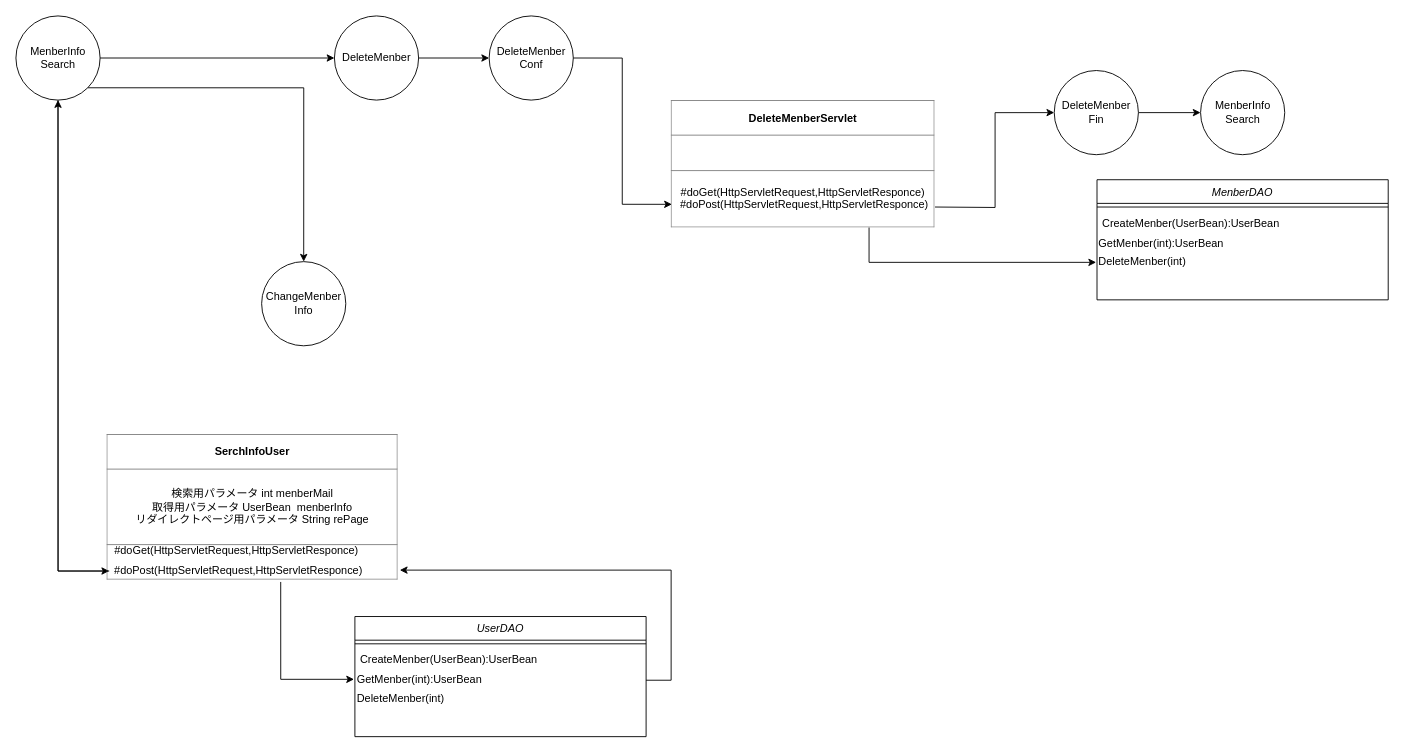
Earlier version of the draw.io diagram page "MenberInfoSearch" (4 of 4) of path/内部設計/クラス図.drawio (2022java42-student004/Library). Source tidied: cells renumbered, new cells numbered last; positions are measured from the earlier drawing's top-left corner, leaving out a move shared by most shapes. Both pictures are drawn from the tidied source at 91%, with x=0, y=0 at pixel (15, 15).
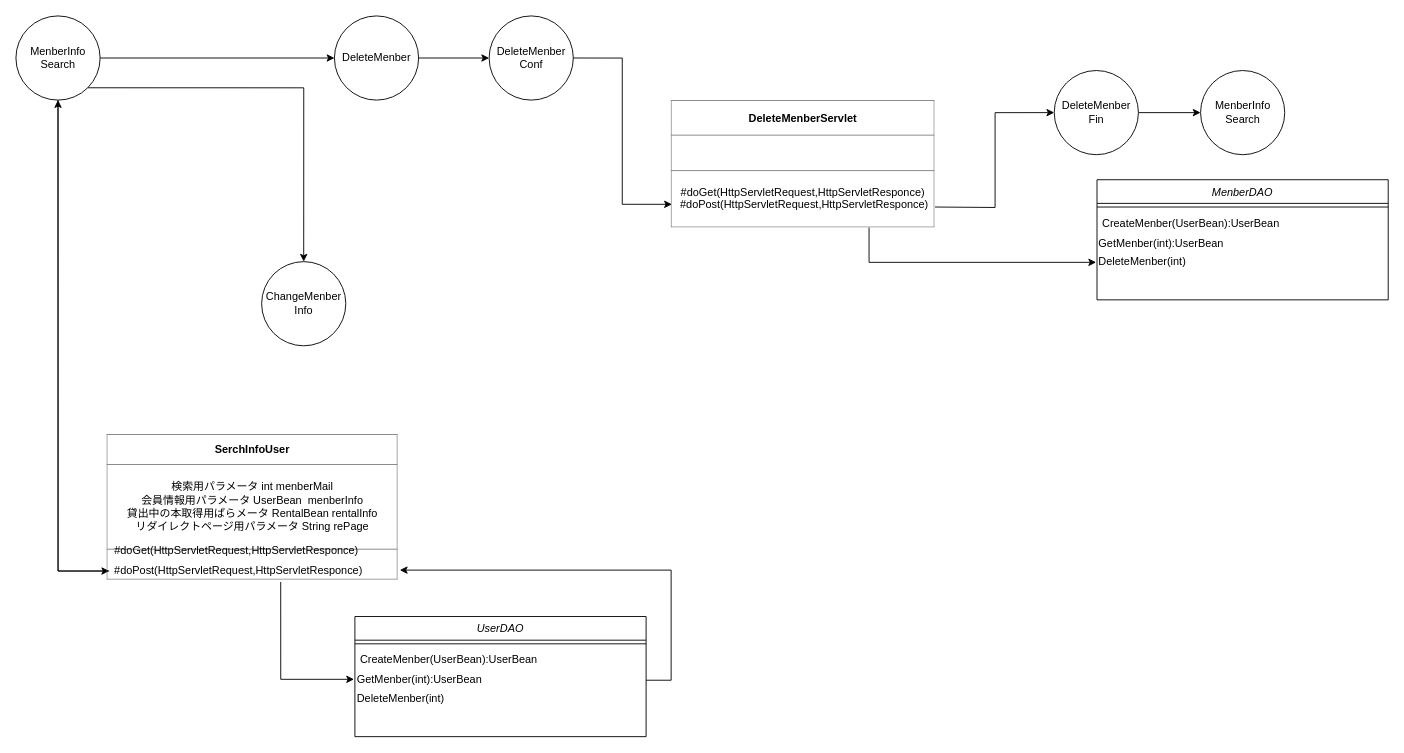
Above is the later version.

The edit, as a diff of the source:
```diff
@@
-    <mxCell id="9" value="&lt;table border=&quot;1&quot; width=&quot;100%&quot; height=&quot;100%&quot; cellpadding=&quot;4&quot; style=&quot;width:100%;height:100%;border-collapse:collapse;&quot;&gt;&lt;tbody&gt;&lt;tr&gt;&lt;th align=&quot;center&quot;&gt;SerchInfoUser&lt;br&gt;&lt;/th&gt;&lt;/tr&gt;&lt;tr&gt;&lt;td align=&quot;center&quot;&gt;検索用パラメータ int menberMail&lt;br&gt;取得用パラメータ UserBean&amp;nbsp; menberInfo&lt;br&gt;リダイレクトページ用パラメータ String rePage&lt;/td&gt;&lt;/tr&gt;&lt;tr&gt;&lt;td align=&quot;center&quot;&gt;&lt;br&gt;&lt;/td&gt;&lt;/tr&gt;&lt;/tbody&gt;&lt;/table&gt;" style="text;html=1;strokeColor=none;fillColor=none;overflow=fill;" parent="1" vertex="1">
+    <mxCell id="9" value="&lt;table border=&quot;1&quot; width=&quot;100%&quot; height=&quot;100%&quot; cellpadding=&quot;4&quot; style=&quot;width:100%;height:100%;border-collapse:collapse;&quot;&gt;&lt;tbody&gt;&lt;tr&gt;&lt;th align=&quot;center&quot;&gt;SerchInfoUser&lt;br&gt;&lt;/th&gt;&lt;/tr&gt;&lt;tr&gt;&lt;td align=&quot;center&quot;&gt;検索用パラメータ int menberMail&lt;br&gt;会員情報用パラメータ UserBean&amp;nbsp; menberInfo&lt;br&gt;貸出中の本取得用ぱらメータ RentalBean rentalInfo&lt;br&gt;リダイレクトページ用パラメータ String rePage&lt;/td&gt;&lt;/tr&gt;&lt;tr&gt;&lt;td align=&quot;center&quot;&gt;&lt;br&gt;&lt;/td&gt;&lt;/tr&gt;&lt;/tbody&gt;&lt;/table&gt;" style="text;html=1;strokeColor=none;fillColor=none;overflow=fill;" parent="1" vertex="1">
       <mxGeometry x="100" y="460" width="320" height="160" as="geometry" />
     </mxCell>
```
